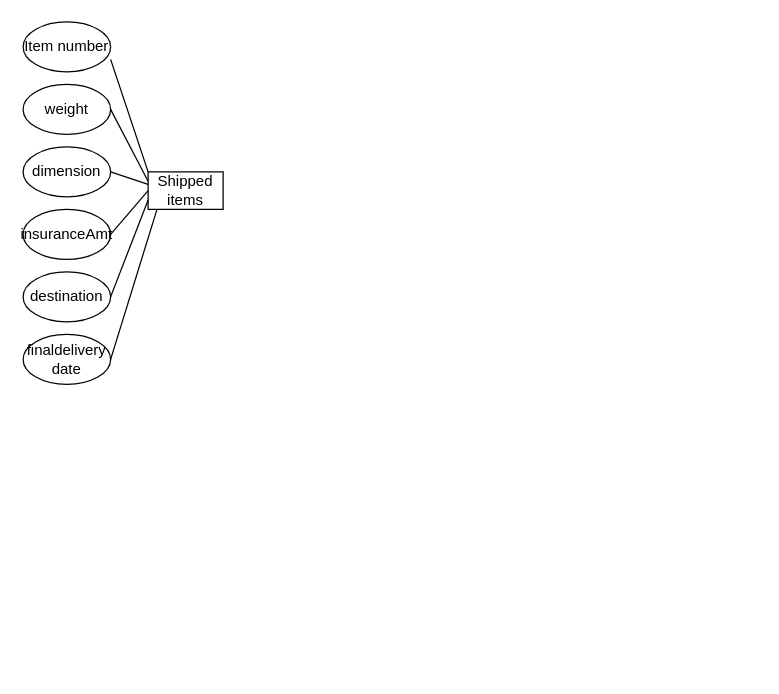
Earlier version of the draw.io diagram first.drawio (Vansh16aug/DBMS_FLOWCHARTS). Source tidied: cells renumbered, new cells numbered last; positions are measured from the earlier drawing's top-left corner, leaving out a move shared by most shapes. Both pictures are drawn from the tidied source at 125%, with x=0, y=0 at pixel (22, 21).
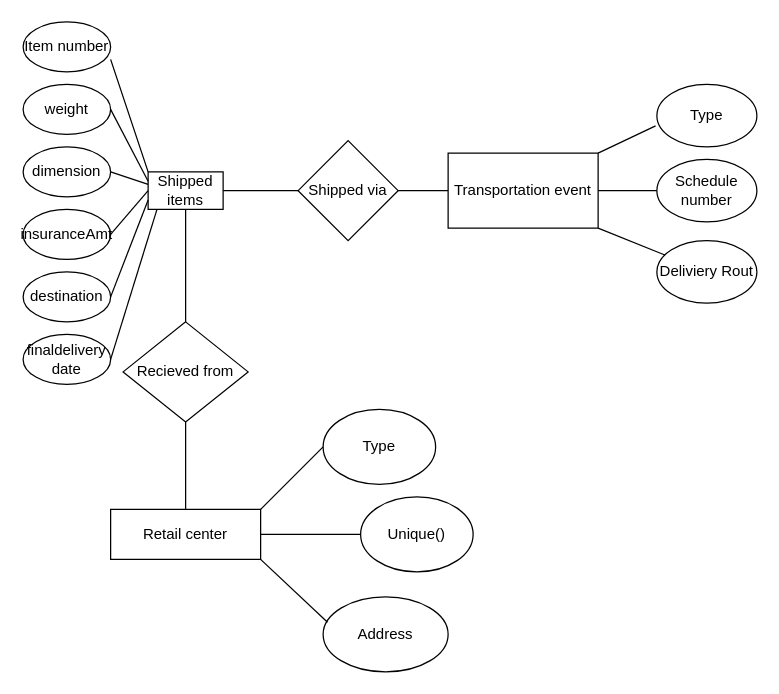
Above is the later version.

The change refers to these unchanged cells:
```xml
<mxCell id="2" value="Shipped items" style="rounded=0;whiteSpace=wrap;html=1;" parent="1" vertex="1">
  <mxGeometry x="100" y="120" width="60" height="30" as="geometry" />
</mxCell>
```

The edit, as a diff of the source:
```diff
@@
+    <mxCell id="15" style="endArrow=none;html=1;rounded=0;exitX=1;exitY=0.5;exitDx=0;exitDy=0;" parent="1" edge="1" source="2" target="16">
+      <mxGeometry relative="1" as="geometry" />
+    </mxCell>
+    <mxCell id="16" value="Shipped via" style="rhombus;whiteSpace=wrap;html=1;" parent="1" vertex="1">
+      <mxGeometry x="220" y="95" width="80" height="80" as="geometry" />
+    </mxCell>
+    <mxCell id="17" style="endArrow=none;html=1;rounded=0;exitX=1;exitY=0.5;exitDx=0;exitDy=0;" parent="1" edge="1" source="16" target="18">
+      <mxGeometry relative="1" as="geometry" />
+    </mxCell>
+    <mxCell id="18" value="Transportation event" style="rounded=0;whiteSpace=wrap;html=1;" parent="1" vertex="1">
+      <mxGeometry x="340" y="105" width="120" height="60" as="geometry" />
+    </mxCell>
+    <mxCell id="19" value="Deliviery Rout" style="ellipse;whiteSpace=wrap;html=1;" parent="1" vertex="1">
+      <mxGeometry x="507" y="175" width="80" height="50" as="geometry" />
+    </mxCell>
+    <mxCell id="20" value="Type" style="ellipse;whiteSpace=wrap;html=1;" parent="1" vertex="1">
+      <mxGeometry x="507" y="50" width="80" height="50" as="geometry" />
+    </mxCell>
+    <mxCell id="21" value="Schedule number" style="ellipse;whiteSpace=wrap;html=1;" parent="1" vertex="1">
+      <mxGeometry x="507" y="110" width="80" height="50" as="geometry" />
+    </mxCell>
+    <mxCell id="22" style="endArrow=none;html=1;rounded=0;entryX=-0.013;entryY=0.665;entryDx=0;entryDy=0;entryPerimeter=0;exitX=1;exitY=0;exitDx=0;exitDy=0;" parent="1" edge="1" source="18" target="20">
+      <mxGeometry relative="1" as="geometry" />
+    </mxCell>
+    <mxCell id="23" style="endArrow=none;html=1;rounded=0;entryX=0;entryY=0.5;entryDx=0;entryDy=0;exitX=1;exitY=0.5;exitDx=0;exitDy=0;" parent="1" edge="1" source="18" target="21">
+      <mxGeometry relative="1" as="geometry" />
+    </mxCell>
+    <mxCell id="24" style="endArrow=none;html=1;rounded=0;exitX=1;exitY=1;exitDx=0;exitDy=0;" parent="1" edge="1" source="18" target="19">
+      <mxGeometry relative="1" as="geometry" />
+    </mxCell>
+    <mxCell id="25" style="endArrow=none;html=1;rounded=0;entryX=0.5;entryY=1;entryDx=0;entryDy=0;" parent="1" edge="1" target="2">
+      <mxGeometry relative="1" as="geometry">
+        <mxPoint x="130" y="240" as="sourcePoint" />
+      </mxGeometry>
+    </mxCell>
+    <mxCell id="26" value="Recieved from" style="rhombus;whiteSpace=wrap;html=1;" parent="1" vertex="1">
+      <mxGeometry x="80" y="240" width="100" height="80" as="geometry" />
+    </mxCell>
+    <mxCell id="27" style="endArrow=none;html=1;rounded=0;" parent="1" edge="1" target="28">
+      <mxGeometry relative="1" as="geometry">
+        <mxPoint x="130" y="390" as="sourcePoint" />
+      </mxGeometry>
+    </mxCell>
+    <mxCell id="28" value="Retail center" style="rounded=0;whiteSpace=wrap;html=1;" parent="1" vertex="1">
+      <mxGeometry x="70" y="390" width="120" height="40" as="geometry" />
+    </mxCell>
+    <mxCell id="29" style="endArrow=none;html=1;rounded=0;entryX=0.5;entryY=1;entryDx=0;entryDy=0;exitX=0.5;exitY=0;exitDx=0;exitDy=0;" parent="1" edge="1" source="28" target="26">
+      <mxGeometry relative="1" as="geometry" />
+    </mxCell>
+    <mxCell id="30" value="Type" style="ellipse;whiteSpace=wrap;html=1;" parent="1" vertex="1">
+      <mxGeometry x="240" y="310" width="90" height="60" as="geometry" />
+    </mxCell>
+    <mxCell id="31" value="Unique()" style="ellipse;whiteSpace=wrap;html=1;" parent="1" vertex="1">
+      <mxGeometry x="270" y="380" width="90" height="60" as="geometry" />
+    </mxCell>
+    <mxCell id="32" value="Address&lt;br&gt;" style="ellipse;whiteSpace=wrap;html=1;" parent="1" vertex="1">
+      <mxGeometry x="240" y="460" width="100" height="60" as="geometry" />
+    </mxCell>
+    <mxCell id="33" style="endArrow=none;html=1;rounded=0;" parent="1" edge="1">
+      <mxGeometry relative="1" as="geometry">
+        <mxPoint x="190" y="390" as="sourcePoint" />
+        <mxPoint x="240" y="340" as="targetPoint" />
+      </mxGeometry>
+    </mxCell>
+    <mxCell id="34" style="endArrow=none;html=1;rounded=0;exitX=1;exitY=0.5;exitDx=0;exitDy=0;" parent="1" edge="1" source="28">
+      <mxGeometry relative="1" as="geometry">
+        <mxPoint x="270" y="410" as="targetPoint" />
+      </mxGeometry>
+    </mxCell>
+    <mxCell id="35" style="endArrow=none;html=1;rounded=0;entryX=1;entryY=1;entryDx=0;entryDy=0;exitX=0.035;exitY=0.338;exitDx=0;exitDy=0;exitPerimeter=0;" parent="1" edge="1" source="32" target="28">
+      <mxGeometry relative="1" as="geometry" />
+    </mxCell>
```
